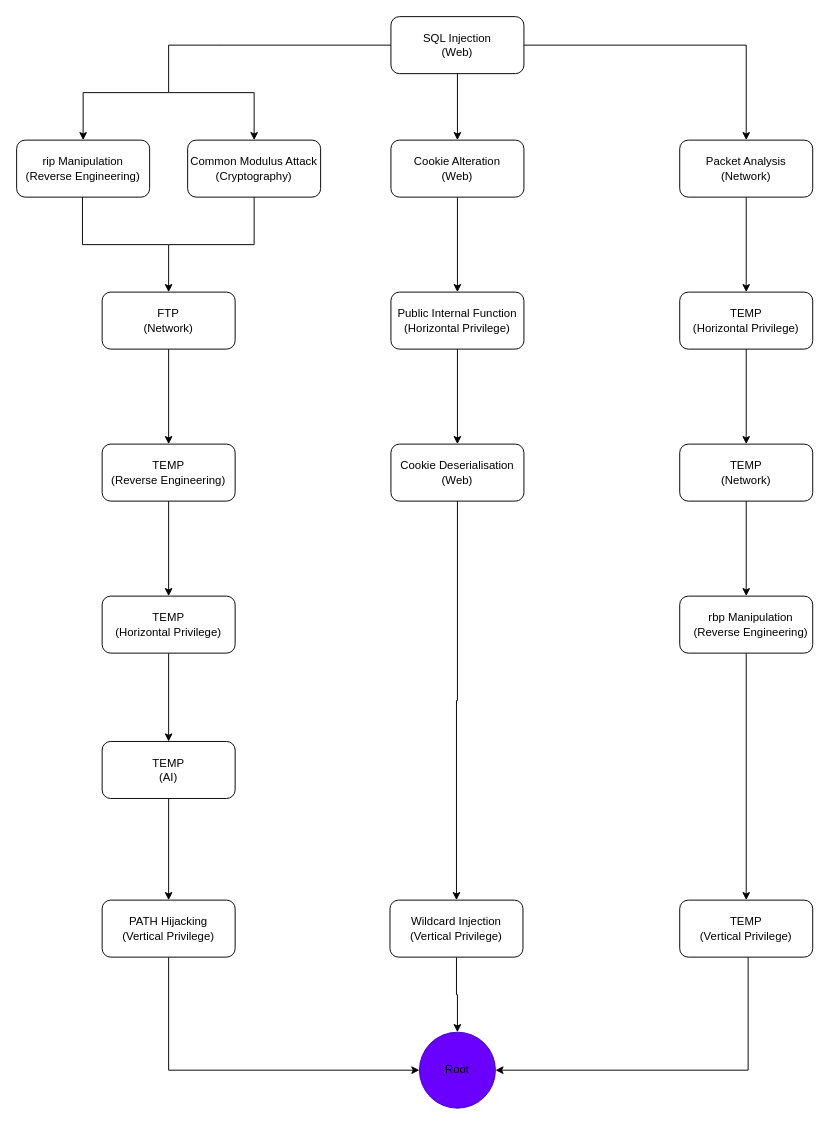
The draw.io diagram ExploitMap.drawio in saacutter/rta-ctf, before the edit. Source tidied: cells renumbered, new cells numbered last; positions are measured from the earlier drawing's top-left corner, leaving out a move shared by most shapes. Both pictures are drawn from the tidied source at 95%, with x=0, y=0 at pixel (16, 16).
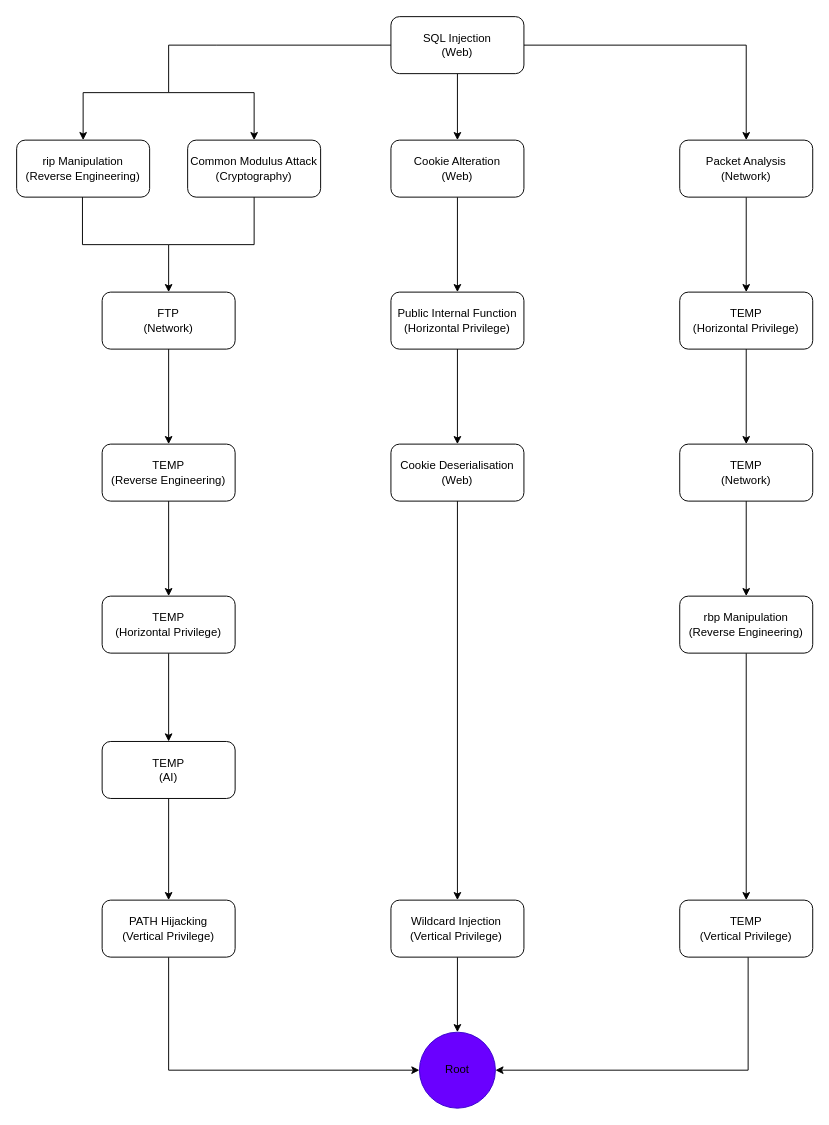
Above is the later version.

Commit message (it also covers changes not shown here):
Updated exploit map (the lines weren't straight before)

The change refers to these unchanged cells:
```xml
<mxCell id="40" style="ellipse;whiteSpace=wrap;html=1;shapeInside=1;fillColor=light-dark(#6A00FF,#B266FF);fontColor=#ffffff;strokeColor=#3700CC;" parent="1" vertex="1">
  <mxGeometry x="424" y="1069" width="80" height="80" as="geometry" />
</mxCell>
```

What changed in the source:
```diff
@@
-    <mxCell id="32" style="edgeStyle=orthogonalEdgeStyle;rounded=0;jettySize=auto;html=1;entryX=0.5;entryY=0;entryDx=0;entryDy=0;" parent="1" edge="1" source="33" target="40">
+    <mxCell id="32" style="edgeStyle=orthogonalEdgeStyle;rounded=0;jettySize=auto;html=1;" parent="1" edge="1" source="33" target="40">
       <mxGeometry relative="1" as="geometry" />
     </mxCell>
     <mxCell id="33" style="rounded=1;whiteSpace=wrap;html=1;" parent="1" vertex="1">
-      <mxGeometry x="393" y="930" width="140" height="60" as="geometry" />
+      <mxGeometry x="394" y="930" width="140" height="60" as="geometry" />
     </mxCell>
@@
     <mxCell id="47" value="rbp Manipulation (Reverse Engineering)" style="text;html=1;whiteSpace=wrap;strokeColor=none;fillColor=none;align=center;verticalAlign=middle;rounded=0;" parent="1" vertex="1">
-      <mxGeometry x="708" y="625" width="130" height="30" as="geometry" />
+      <mxGeometry x="703" y="625" width="130" height="30" as="geometry" />
     </mxCell>
```
